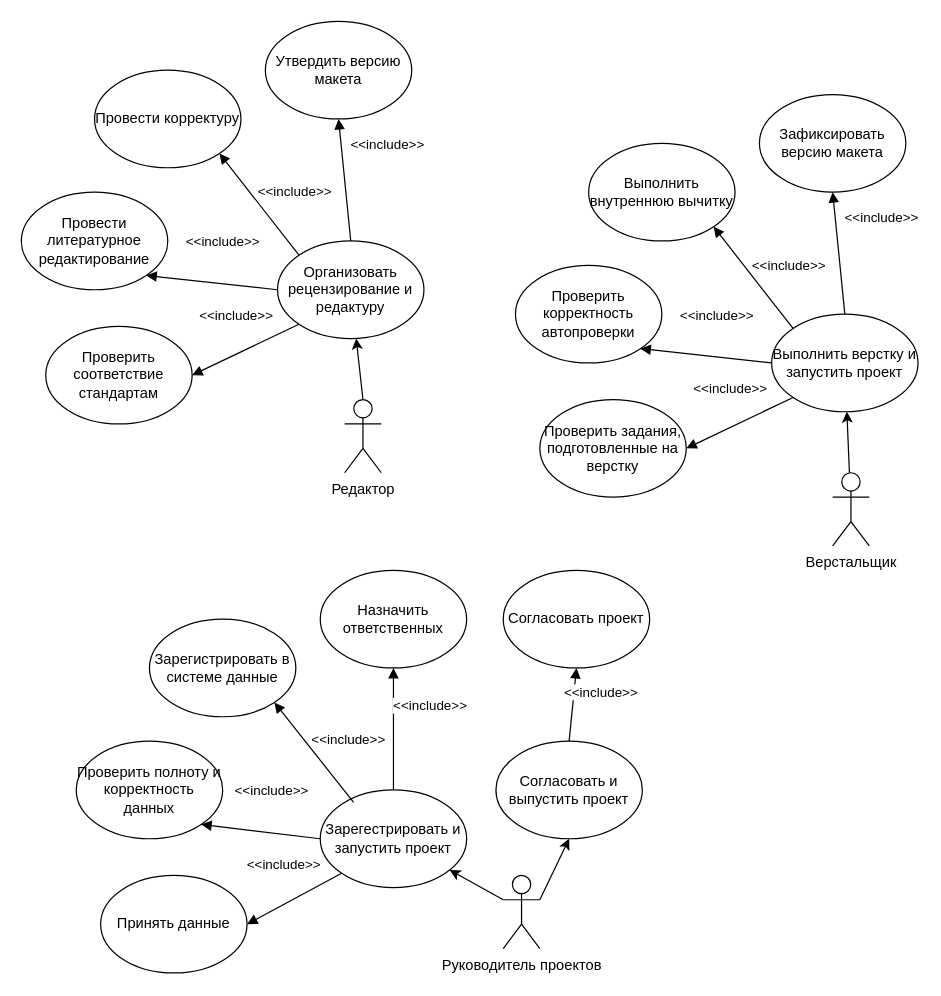
Before: ortps_3.drawio in danaddi/draw.io, a draw.io diagram. Source tidied: cells renumbered, new cells numbered last; positions are measured from the earlier drawing's top-left corner, leaving out a move shared by most shapes. Both pictures are drawn from the tidied source at 122%, with x=0, y=0 at pixel (21, 21).
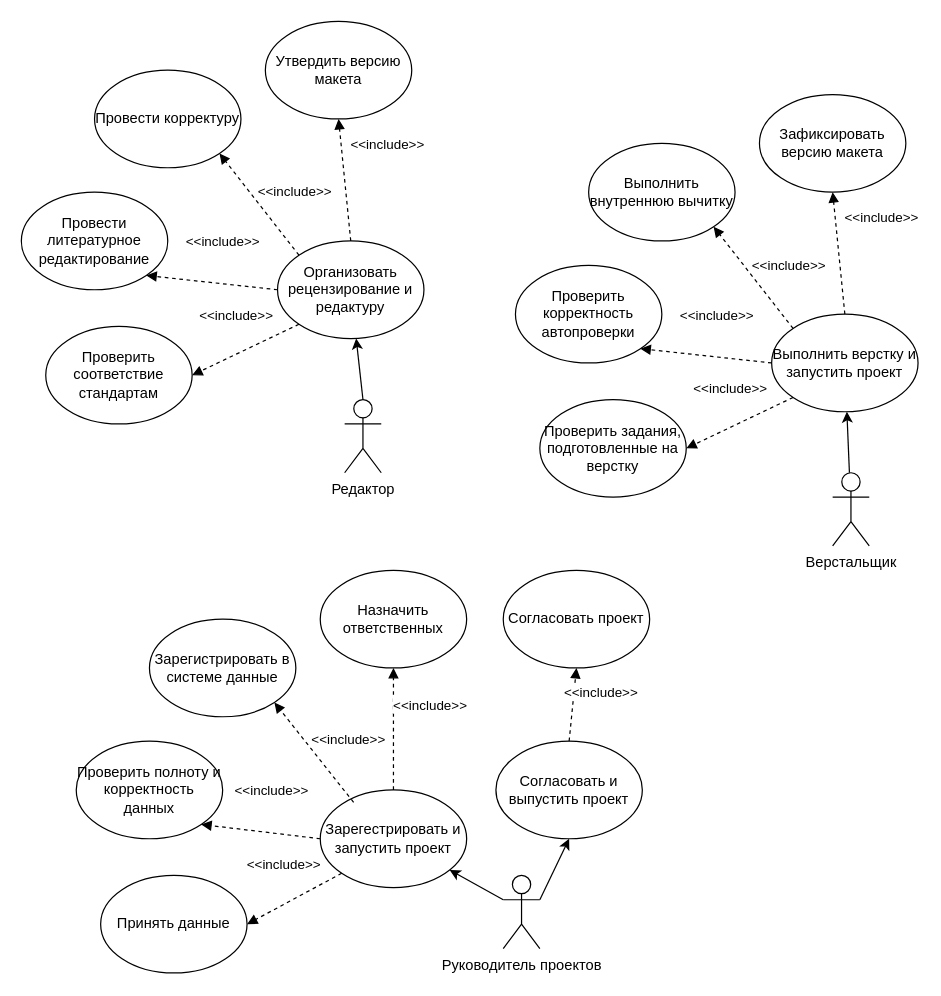
Above is the later version.

Unchanged cells that the change refers to:
```xml
<mxCell id="8" value="Зарегестрировать и запустить проект" style="ellipse;whiteSpace=wrap;html=1;" parent="1" vertex="1">
  <mxGeometry x="245" y="630" width="120" height="80" as="geometry" />
</mxCell>
<mxCell id="9" value="Согласовать и выпустить проект" style="ellipse;whiteSpace=wrap;html=1;" parent="1" vertex="1">
  <mxGeometry x="389" y="590" width="120" height="80" as="geometry" />
</mxCell>
<mxCell id="10" value="Выполнить верстку и запустить проект" style="ellipse;whiteSpace=wrap;html=1;" parent="1" vertex="1">
  <mxGeometry x="615" y="240" width="120" height="80" as="geometry" />
</mxCell>
<mxCell id="11" value="Принять данные" style="ellipse;whiteSpace=wrap;html=1;" parent="1" vertex="1">
  <mxGeometry x="65" y="700" width="120" height="80" as="geometry" />
</mxCell>
<mxCell id="13" value="Проверить полноту и корректность данных" style="ellipse;whiteSpace=wrap;html=1;" parent="1" vertex="1">
  <mxGeometry x="45" y="590" width="120" height="80" as="geometry" />
</mxCell>
<mxCell id="15" value="Зарегистрировать в системе данные" style="ellipse;whiteSpace=wrap;html=1;" parent="1" vertex="1">
  <mxGeometry x="105" y="490" width="120" height="80" as="geometry" />
</mxCell>
<mxCell id="17" value="Назначить ответственных" style="ellipse;whiteSpace=wrap;html=1;" parent="1" vertex="1">
  <mxGeometry x="245" y="450" width="120" height="80" as="geometry" />
</mxCell>
<mxCell id="19" value="Согласовать проект" style="ellipse;whiteSpace=wrap;html=1;" parent="1" vertex="1">
  <mxGeometry x="395" y="450" width="120" height="80" as="geometry" />
</mxCell>
<mxCell id="21" value="Проверить задания, подготовленные&amp;nbsp;на верстку" style="ellipse;whiteSpace=wrap;html=1;" parent="1" vertex="1">
  <mxGeometry x="425" y="310" width="120" height="80" as="geometry" />
</mxCell>
<mxCell id="23" value="Проверить корректность автопроверки" style="ellipse;whiteSpace=wrap;html=1;" parent="1" vertex="1">
  <mxGeometry x="405" y="200" width="120" height="80" as="geometry" />
</mxCell>
<mxCell id="25" value="Выполнить внутреннюю вычитку" style="ellipse;whiteSpace=wrap;html=1;" parent="1" vertex="1">
  <mxGeometry x="465" y="100" width="120" height="80" as="geometry" />
</mxCell>
<mxCell id="27" value="Зафиксировать версию макета" style="ellipse;whiteSpace=wrap;html=1;" parent="1" vertex="1">
  <mxGeometry x="605" y="60" width="120" height="80" as="geometry" />
</mxCell>
<mxCell id="30" value="Организовать рецензирование и редактуру" style="ellipse;whiteSpace=wrap;html=1;" parent="1" vertex="1">
  <mxGeometry x="210" y="180" width="120" height="80" as="geometry" />
</mxCell>
<mxCell id="31" value="Проверить соответствие стандартам" style="ellipse;whiteSpace=wrap;html=1;" parent="1" vertex="1">
  <mxGeometry x="20" y="250" width="120" height="80" as="geometry" />
</mxCell>
<mxCell id="33" value="Провести литературное редактирование" style="ellipse;whiteSpace=wrap;html=1;" parent="1" vertex="1">
  <mxGeometry y="140" width="120" height="80" as="geometry" />
</mxCell>
<mxCell id="35" value="Провести корректуру" style="ellipse;whiteSpace=wrap;html=1;" parent="1" vertex="1">
  <mxGeometry x="60" y="40" width="120" height="80" as="geometry" />
</mxCell>
<mxCell id="37" value="Утвердить версию макета" style="ellipse;whiteSpace=wrap;html=1;" parent="1" vertex="1">
  <mxGeometry x="200" width="120" height="80" as="geometry" />
</mxCell>
```

What changed in the source:
```diff
@@
-    <mxCell id="12" value="&amp;lt;&amp;lt;include&amp;gt;&amp;gt;" style="html=1;verticalAlign=bottom;endArrow=block;curved=0;rounded=0;exitX=0;exitY=1;exitDx=0;exitDy=0;entryX=1;entryY=0.5;entryDx=0;entryDy=0;" parent="1" edge="1" source="8" target="11">
+    <mxCell id="12" value="&amp;lt;&amp;lt;include&amp;gt;&amp;gt;" style="html=1;verticalAlign=bottom;endArrow=block;curved=0;rounded=0;exitX=0;exitY=1;exitDx=0;exitDy=0;entryX=1;entryY=0.5;entryDx=0;entryDy=0;dashed=1;" parent="1" edge="1" source="8" target="11">
       <mxGeometry x="-0.03" y="-21" relative="1" as="geometry" />
     </mxCell>
@@
-    <mxCell id="14" value="&amp;lt;&amp;lt;include&amp;gt;&amp;gt;" style="html=1;verticalAlign=bottom;endArrow=block;curved=0;rounded=0;exitX=0;exitY=0.5;exitDx=0;exitDy=0;entryX=1;entryY=1;entryDx=0;entryDy=0;" parent="1" edge="1" source="8" target="13">
+    <mxCell id="14" value="&amp;lt;&amp;lt;include&amp;gt;&amp;gt;" style="html=1;verticalAlign=bottom;endArrow=block;curved=0;rounded=0;exitX=0;exitY=0.5;exitDx=0;exitDy=0;entryX=1;entryY=1;entryDx=0;entryDy=0;dashed=1;" parent="1" edge="1" source="8" target="13">
       <mxGeometry x="-0.12" y="-25" relative="1" as="geometry" />
     </mxCell>
@@
-    <mxCell id="16" value="&amp;lt;&amp;lt;include&amp;gt;&amp;gt;" style="html=1;verticalAlign=bottom;endArrow=block;curved=0;rounded=0;exitX=0.228;exitY=0.127;exitDx=0;exitDy=0;entryX=1;entryY=1;entryDx=0;entryDy=0;exitPerimeter=0;" parent="1" edge="1" source="8" target="15">
+    <mxCell id="16" value="&amp;lt;&amp;lt;include&amp;gt;&amp;gt;" style="html=1;verticalAlign=bottom;endArrow=block;curved=0;rounded=0;exitX=0.228;exitY=0.127;exitDx=0;exitDy=0;entryX=1;entryY=1;entryDx=0;entryDy=0;exitPerimeter=0;dashed=1;" parent="1" edge="1" source="8" target="15">
       <mxGeometry x="-0.32" y="-23" relative="1" as="geometry" />
     </mxCell>
@@
-    <mxCell id="18" value="&amp;lt;&amp;lt;include&amp;gt;&amp;gt;" style="html=1;verticalAlign=bottom;endArrow=block;curved=0;rounded=0;exitX=0.5;exitY=0;exitDx=0;exitDy=0;entryX=0.5;entryY=1;entryDx=0;entryDy=0;" parent="1" edge="1" source="8" target="17">
+    <mxCell id="18" value="&amp;lt;&amp;lt;include&amp;gt;&amp;gt;" style="html=1;verticalAlign=bottom;endArrow=block;curved=0;rounded=0;exitX=0.5;exitY=0;exitDx=0;exitDy=0;entryX=0.5;entryY=1;entryDx=0;entryDy=0;dashed=1;" parent="1" edge="1" source="8" target="17">
       <mxGeometry x="0.2" y="-30" relative="1" as="geometry" />
     </mxCell>
@@
-    <mxCell id="20" value="&amp;lt;&amp;lt;include&amp;gt;&amp;gt;" style="html=1;verticalAlign=bottom;endArrow=block;curved=0;rounded=0;exitX=0.5;exitY=0;exitDx=0;exitDy=0;entryX=0.5;entryY=1;entryDx=0;entryDy=0;" parent="1" edge="1" source="9" target="19">
+    <mxCell id="20" value="&amp;lt;&amp;lt;include&amp;gt;&amp;gt;" style="html=1;verticalAlign=bottom;endArrow=block;curved=0;rounded=0;exitX=0.5;exitY=0;exitDx=0;exitDy=0;entryX=0.5;entryY=1;entryDx=0;entryDy=0;dashed=1;" parent="1" edge="1" source="9" target="19">
       <mxGeometry x="0.08" y="-23" relative="1" as="geometry" />
     </mxCell>
@@
-    <mxCell id="22" value="&amp;lt;&amp;lt;include&amp;gt;&amp;gt;" style="html=1;verticalAlign=bottom;endArrow=block;curved=0;rounded=0;exitX=0;exitY=1;exitDx=0;exitDy=0;entryX=1;entryY=0.5;entryDx=0;entryDy=0;" parent="1" edge="1" source="10" target="21">
+    <mxCell id="22" value="&amp;lt;&amp;lt;include&amp;gt;&amp;gt;" style="html=1;verticalAlign=bottom;endArrow=block;curved=0;rounded=0;exitX=0;exitY=1;exitDx=0;exitDy=0;entryX=1;entryY=0.5;entryDx=0;entryDy=0;dashed=1;" parent="1" edge="1" source="10" target="21">
       <mxGeometry x="-0.03" y="-21" relative="1" as="geometry" />
     </mxCell>
@@
-    <mxCell id="24" value="&amp;lt;&amp;lt;include&amp;gt;&amp;gt;" style="html=1;verticalAlign=bottom;endArrow=block;curved=0;rounded=0;exitX=0;exitY=0.5;exitDx=0;exitDy=0;entryX=1;entryY=1;entryDx=0;entryDy=0;" parent="1" edge="1" source="10" target="23">
+    <mxCell id="24" value="&amp;lt;&amp;lt;include&amp;gt;&amp;gt;" style="html=1;verticalAlign=bottom;endArrow=block;curved=0;rounded=0;exitX=0;exitY=0.5;exitDx=0;exitDy=0;entryX=1;entryY=1;entryDx=0;entryDy=0;dashed=1;" parent="1" edge="1" source="10" target="23">
       <mxGeometry x="-0.12" y="-25" relative="1" as="geometry" />
     </mxCell>
@@
-    <mxCell id="26" value="&amp;lt;&amp;lt;include&amp;gt;&amp;gt;" style="html=1;verticalAlign=bottom;endArrow=block;curved=0;rounded=0;entryX=1;entryY=1;entryDx=0;entryDy=0;exitX=0;exitY=0;exitDx=0;exitDy=0;" parent="1" edge="1" source="10" target="25">
+    <mxCell id="26" value="&amp;lt;&amp;lt;include&amp;gt;&amp;gt;" style="html=1;verticalAlign=bottom;endArrow=block;curved=0;rounded=0;entryX=1;entryY=1;entryDx=0;entryDy=0;exitX=0;exitY=0;exitDx=0;exitDy=0;dashed=1;" parent="1" edge="1" source="10" target="25">
       <mxGeometry x="-0.32" y="-23" relative="1" as="geometry" />
     </mxCell>
@@
-    <mxCell id="28" value="&amp;lt;&amp;lt;include&amp;gt;&amp;gt;" style="html=1;verticalAlign=bottom;endArrow=block;curved=0;rounded=0;exitX=0.5;exitY=0;exitDx=0;exitDy=0;entryX=0.5;entryY=1;entryDx=0;entryDy=0;" parent="1" edge="1" source="10" target="27">
+    <mxCell id="28" value="&amp;lt;&amp;lt;include&amp;gt;&amp;gt;" style="html=1;verticalAlign=bottom;endArrow=block;curved=0;rounded=0;exitX=0.5;exitY=0;exitDx=0;exitDy=0;entryX=0.5;entryY=1;entryDx=0;entryDy=0;dashed=1;" parent="1" edge="1" source="10" target="27">
       <mxGeometry x="0.33" y="-37" relative="1" as="geometry" />
     </mxCell>
@@
-    <mxCell id="32" value="&amp;lt;&amp;lt;include&amp;gt;&amp;gt;" style="html=1;verticalAlign=bottom;endArrow=block;curved=0;rounded=0;exitX=0;exitY=1;exitDx=0;exitDy=0;entryX=1;entryY=0.5;entryDx=0;entryDy=0;" parent="1" edge="1" source="30" target="31">
+    <mxCell id="32" value="&amp;lt;&amp;lt;include&amp;gt;&amp;gt;" style="html=1;verticalAlign=bottom;endArrow=block;curved=0;rounded=0;exitX=0;exitY=1;exitDx=0;exitDy=0;entryX=1;entryY=0.5;entryDx=0;entryDy=0;dashed=1;" parent="1" edge="1" source="30" target="31">
       <mxGeometry x="-0.03" y="-21" relative="1" as="geometry" />
     </mxCell>
@@
-    <mxCell id="34" value="&amp;lt;&amp;lt;include&amp;gt;&amp;gt;" style="html=1;verticalAlign=bottom;endArrow=block;curved=0;rounded=0;exitX=0;exitY=0.5;exitDx=0;exitDy=0;entryX=1;entryY=1;entryDx=0;entryDy=0;" parent="1" edge="1" source="30" target="33">
+    <mxCell id="34" value="&amp;lt;&amp;lt;include&amp;gt;&amp;gt;" style="html=1;verticalAlign=bottom;endArrow=block;curved=0;rounded=0;exitX=0;exitY=0.5;exitDx=0;exitDy=0;entryX=1;entryY=1;entryDx=0;entryDy=0;dashed=1;" parent="1" edge="1" source="30" target="33">
       <mxGeometry x="-0.12" y="-25" relative="1" as="geometry" />
     </mxCell>
@@
-    <mxCell id="36" value="&amp;lt;&amp;lt;include&amp;gt;&amp;gt;" style="html=1;verticalAlign=bottom;endArrow=block;curved=0;rounded=0;entryX=1;entryY=1;entryDx=0;entryDy=0;exitX=0;exitY=0;exitDx=0;exitDy=0;" parent="1" edge="1" source="30" target="35">
+    <mxCell id="36" value="&amp;lt;&amp;lt;include&amp;gt;&amp;gt;" style="html=1;verticalAlign=bottom;endArrow=block;curved=0;rounded=0;entryX=1;entryY=1;entryDx=0;entryDy=0;exitX=0;exitY=0;exitDx=0;exitDy=0;dashed=1;" parent="1" edge="1" source="30" target="35">
       <mxGeometry x="-0.32" y="-23" relative="1" as="geometry" />
     </mxCell>
@@
-    <mxCell id="38" value="&amp;lt;&amp;lt;include&amp;gt;&amp;gt;" style="html=1;verticalAlign=bottom;endArrow=block;curved=0;rounded=0;exitX=0.5;exitY=0;exitDx=0;exitDy=0;entryX=0.5;entryY=1;entryDx=0;entryDy=0;" parent="1" edge="1" source="30" target="37">
+    <mxCell id="38" value="&amp;lt;&amp;lt;include&amp;gt;&amp;gt;" style="html=1;verticalAlign=bottom;endArrow=block;curved=0;rounded=0;exitX=0.5;exitY=0;exitDx=0;exitDy=0;entryX=0.5;entryY=1;entryDx=0;entryDy=0;dashed=1;" parent="1" edge="1" source="30" target="37">
       <mxGeometry x="0.33" y="-37" relative="1" as="geometry" />
     </mxCell>
```
